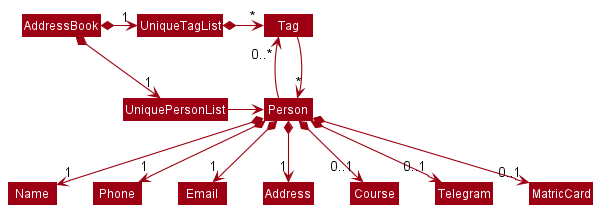
Above: docs/images/AddProfileNewClassDiagram.png in nus-cs2103-AY2122S2/tp (PlantUML), before the change.
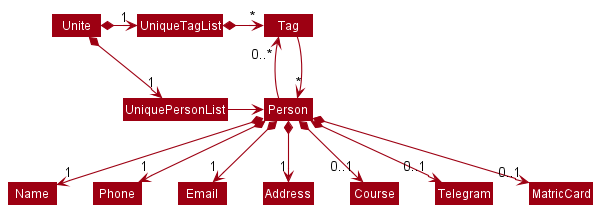
The same diagram one commit later.

The edit, as a diff of the source:
```diff
@@ -4,8 +4,8 @@
 skinparam arrowColor MODEL_COLOR
 skinparam classBackgroundColor MODEL_COLOR
 
-AddressBook *-right-> "1" UniquePersonList
-AddressBook *-right-> "1" UniqueTagList
+Unite *-right-> "1" UniquePersonList
+Unite *-right-> "1" UniqueTagList
 UniqueTagList -[hidden]down- UniquePersonList
 UniqueTagList -[hidden]down- UniquePersonList
 
```
